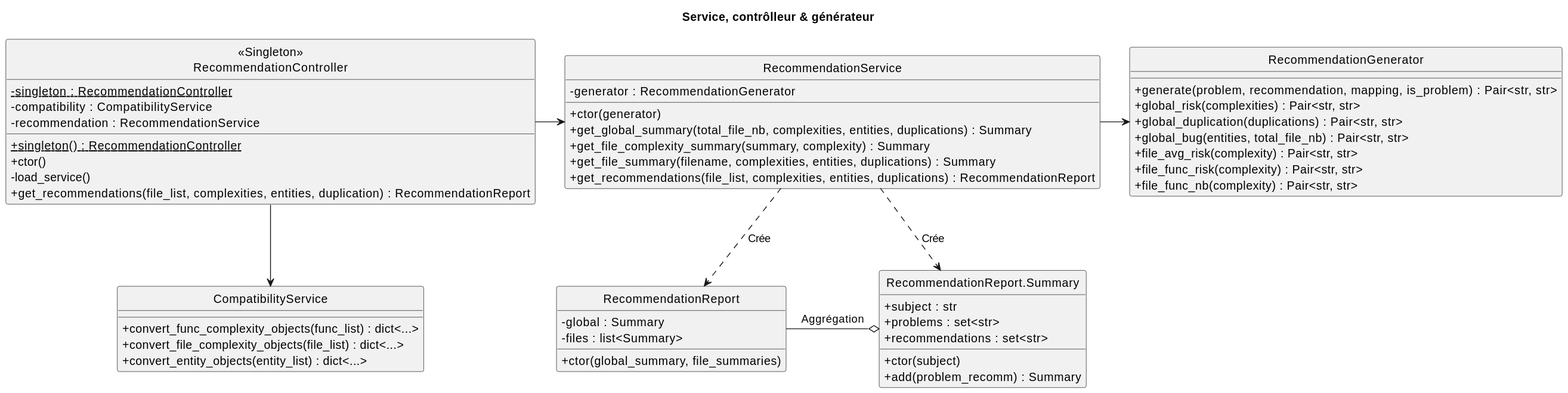
Earlier version of the PlantUML export doc/wiki/puml/recomm_service.svg (CAMaji/technical_debts).
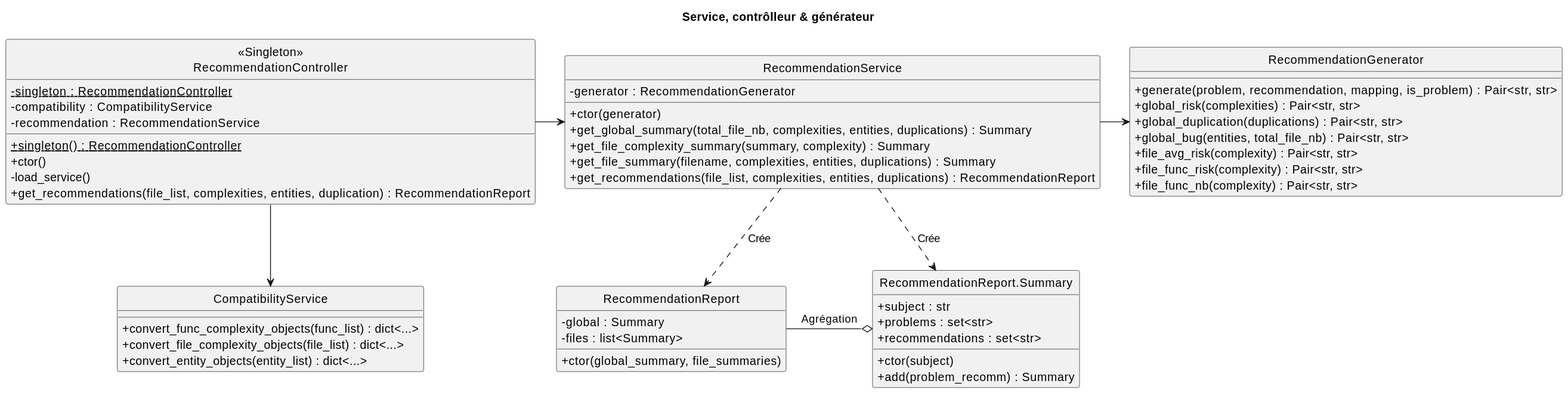
Later version of the same file.

Change to the diagram source:
```diff
@@ -57,6 +57,6 @@
 RecommendationController -down-> CompatibilityService
 RecommendationService .down.> RecommendationReport : "Crée"
 RecommendationService .down.> RRSummary : "Crée"
-RecommendationReport -right-o RRSummary : "Aggrégation"
+RecommendationReport -right-o RRSummary : "Agrégation"
 RecommendationService -right-> RecommendationGenerator
 @enduml
```
